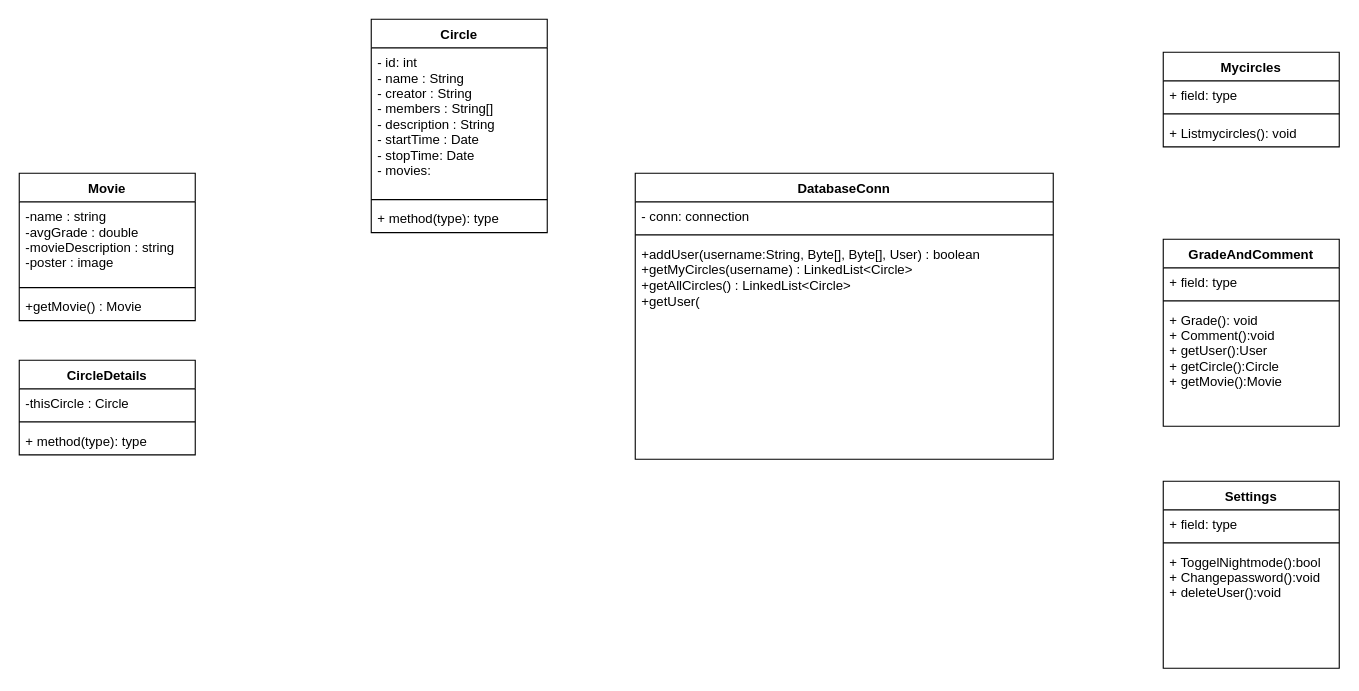
The draw.io diagram Diagrams/UML.drawio in johanbergfalk/DAT055_circles, before the edit. Source tidied: cells renumbered, new cells numbered last; positions are measured from the earlier drawing's top-left corner, leaving out a move shared by most shapes. Both pictures are drawn from the tidied source at 110%, with x=0, y=0 at pixel (19, 19).
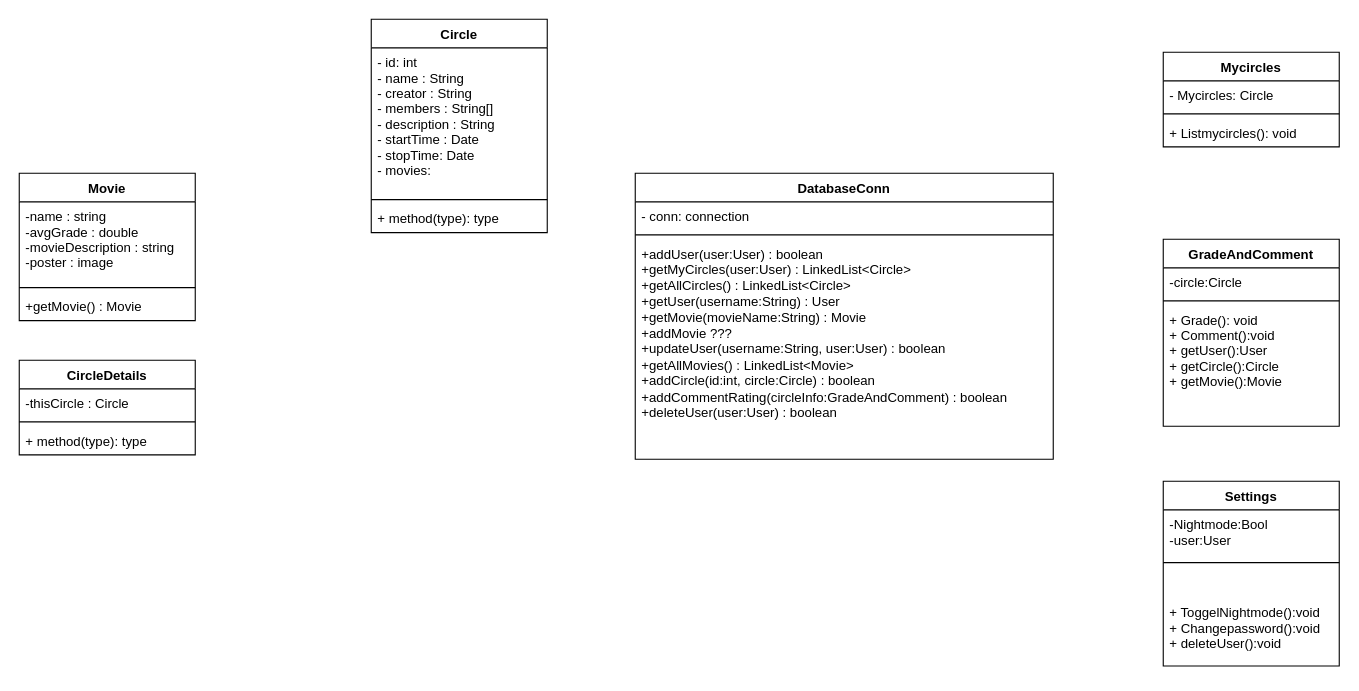
Above is the later version.

The change refers to these unchanged cells:
```xml
<mxCell id="2" value="DatabaseConn" style="swimlane;fontStyle=1;align=center;verticalAlign=top;horizontal=1;startSize=26;" parent="1" vertex="1">
  <mxGeometry x="560" y="140" width="380" height="260" as="geometry" />
</mxCell>
<mxCell id="10" value="Mycircles" style="swimlane;fontStyle=1;align=center;verticalAlign=top;horizontal=1;startSize=26;" parent="1" vertex="1">
  <mxGeometry x="1040" y="30" width="160" height="86" as="geometry" />
</mxCell>
<mxCell id="22" value="GradeAndComment" style="swimlane;fontStyle=1;align=center;verticalAlign=top;horizontal=1;startSize=26;" parent="1" vertex="1">
  <mxGeometry x="1040" y="200" width="160" height="170" as="geometry" />
</mxCell>
```

What changed in the source:
```diff
@@
-    <mxCell id="5" value="+addUser(username:String, Byte[], Byte[], User) : boolean&#10;+getMyCircles(username) : LinkedList&lt;Circle&gt;&#10;+getAllCircles() : LinkedList&lt;Circle&gt;&#10;+getUser(&#10;" style="text;strokeColor=none;fillColor=none;align=left;verticalAlign=top;spacingLeft=4;spacingRight=4;overflow=hidden;whiteSpace=wrap;" parent="2" vertex="1">
+    <mxCell id="5" value="+addUser(user:User) : boolean&#10;+getMyCircles(user:User) : LinkedList&lt;Circle&gt;&#10;+getAllCircles() : LinkedList&lt;Circle&gt;&#10;+getUser(username:String) : User&#10;+getMovie(movieName:String) : Movie&#10;+addMovie ???&#10;+updateUser(username:String, user:User) : boolean&#10;+getAllMovies() : LinkedList&lt;Movie&gt;&#10;+addCircle(id:int, circle:Circle) : boolean&#10;+addCommentRating(circleInfo:GradeAndComment) : boolean&#10;+deleteUser(user:User) : boolean&#10;&#10;&#10;&#10;" style="text;strokeColor=none;fillColor=none;align=left;verticalAlign=top;spacingLeft=4;spacingRight=4;overflow=hidden;whiteSpace=wrap;" parent="2" vertex="1">
       <mxGeometry y="60" width="380" height="200" as="geometry" />
     </mxCell>
@@
-    <mxCell id="11" value="+ field: type" style="text;strokeColor=none;fillColor=none;align=left;verticalAlign=top;spacingLeft=4;spacingRight=4;overflow=hidden;" parent="10" vertex="1">
+    <mxCell id="11" value="- Mycircles: Circle " style="text;strokeColor=none;fillColor=none;align=left;verticalAlign=top;spacingLeft=4;spacingRight=4;overflow=hidden;" parent="10" vertex="1">
       <mxGeometry y="26" width="160" height="26" as="geometry" />
     </mxCell>
@@
-    <mxCell id="23" value="+ field: type" style="text;strokeColor=none;fillColor=none;align=left;verticalAlign=top;spacingLeft=4;spacingRight=4;overflow=hidden;" parent="22" vertex="1">
+    <mxCell id="23" value="-circle:Circle" style="text;strokeColor=none;fillColor=none;align=left;verticalAlign=top;spacingLeft=4;spacingRight=4;overflow=hidden;" parent="22" vertex="1">
       <mxGeometry y="26" width="160" height="26" as="geometry" />
     </mxCell>
@@
     <mxCell id="26" value="Settings" style="swimlane;fontStyle=1;align=center;verticalAlign=top;horizontal=1;startSize=26;" parent="1" vertex="1">
-      <mxGeometry x="1040" y="420" width="160" height="170" as="geometry" />
+      <mxGeometry x="1040" y="420" width="160" height="168" as="geometry" />
     </mxCell>
-    <mxCell id="27" value="+ field: type" style="text;strokeColor=none;fillColor=none;align=left;verticalAlign=top;spacingLeft=4;spacingRight=4;overflow=hidden;" parent="26" vertex="1">
-      <mxGeometry y="26" width="160" height="26" as="geometry" />
+    <mxCell id="27" value="-Nightmode:Bool&#10;-user:User" style="text;strokeColor=none;fillColor=none;align=left;verticalAlign=top;spacingLeft=4;spacingRight=4;overflow=hidden;" parent="26" vertex="1">
+      <mxGeometry y="26" width="160" height="44" as="geometry" />
     </mxCell>
     <mxCell id="28" style="line;strokeWidth=1;fillColor=none;align=left;verticalAlign=middle;spacingTop=-1;spacingLeft=3;spacingRight=3;labelPosition=right;" parent="26" vertex="1">
-      <mxGeometry y="52" width="160" height="8" as="geometry" />
+      <mxGeometry y="70" width="160" height="8" as="geometry" />
     </mxCell>
-    <mxCell id="29" value="+ ToggelNightmode():bool&#10;+ Changepassword():void&#10;+ deleteUser():void&#10;" style="text;strokeColor=none;fillColor=none;align=left;verticalAlign=top;spacingLeft=4;spacingRight=4;overflow=hidden;" parent="26" vertex="1">
-      <mxGeometry y="60" width="160" height="110" as="geometry" />
+    <mxCell id="29" value="&#10;&#10;+ ToggelNightmode():void&#10;+ Changepassword():void&#10;+ deleteUser():void&#10;" style="text;strokeColor=none;fillColor=none;align=left;verticalAlign=top;spacingLeft=4;spacingRight=4;overflow=hidden;" parent="26" vertex="1">
+      <mxGeometry y="78" width="160" height="90" as="geometry" />
     </mxCell>
```
